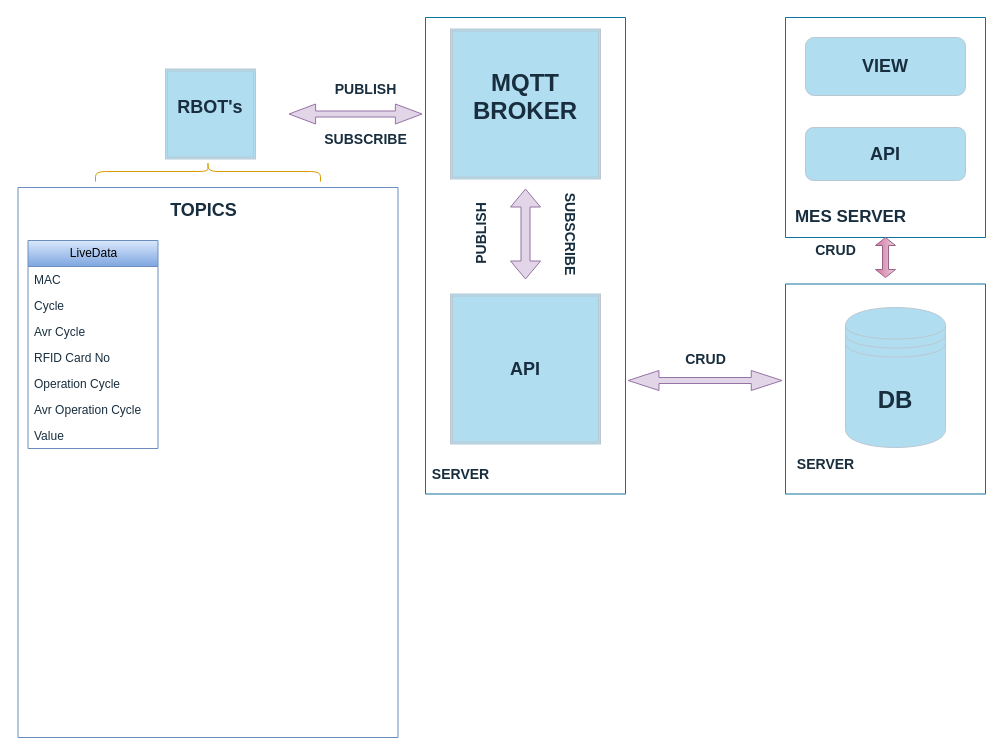
Earlier version of the draw.io diagram RBOT-MQTT-Structure/Başlıksız Diyagram.drawio (RSTurgay/DrawIO). Source tidied: cells renumbered, new cells numbered last; positions are measured from the earlier drawing's top-left corner, leaving out a move shared by most shapes. Both pictures are drawn from the tidied source at 100%, with x=0, y=0 at pixel (17, 17).
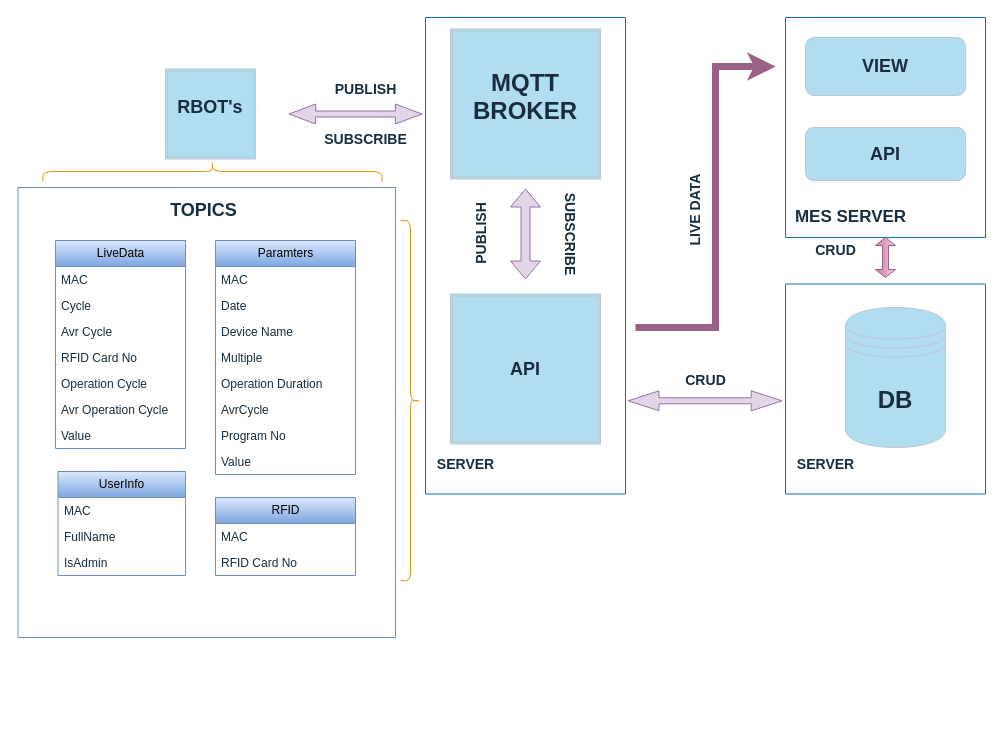
Above is the later version.

The change refers to these unchanged cells:
```xml
<mxCell id="8" style="swimlane;startSize=0;strokeColor=#10739e;fillColor=#b1ddf0;" parent="1" vertex="1">
  <mxGeometry x="408" width="200" height="476.5" as="geometry" />
</mxCell>
```

What changed in the source:
```diff
@@
     <mxCell id="3" style="shape=doubleArrow;direction=south;whiteSpace=wrap;html=1;rotation=90;fillColor=#e1d5e7;strokeColor=#9673a6;" parent="1" vertex="1">
-      <mxGeometry x="677.6" y="286.1" width="20" height="153.8" as="geometry" />
+      <mxGeometry x="677.6" y="306.4" width="20" height="153.8" as="geometry" />
     </mxCell>
@@
     <mxCell id="7" value="&lt;h3&gt;CRUD&lt;br&gt;&lt;/h3&gt;" style="text;html=1;align=center;verticalAlign=middle;strokeColor=none;fillColor=none;fontColor=#182E3E;" parent="1" vertex="1">
-      <mxGeometry x="658" y="311.5" width="60" height="60" as="geometry" />
+      <mxGeometry x="657.6" y="333" width="60" height="60" as="geometry" />
     </mxCell>
@@
     <mxCell id="9" value="&lt;h3&gt;SERVER&lt;/h3&gt;" style="text;html=1;align=center;verticalAlign=middle;strokeColor=none;fillColor=none;fontColor=#182E3E;" parent="8" vertex="1">
-      <mxGeometry x="-5" y="426.5" width="80" height="60" as="geometry" />
+      <mxGeometry y="416.5" width="80" height="60" as="geometry" />
     </mxCell>
@@
     <mxCell id="24" style="shape=curlyBracket;whiteSpace=wrap;html=1;rounded=1;labelPosition=left;verticalLabelPosition=middle;align=right;verticalAlign=middle;strokeColor=#d79b00;fillColor=#ffcd28;rotation=90;gradientColor=#ffa500;" parent="1" vertex="1">
-      <mxGeometry x="180.5" y="41.5" width="20" height="225" as="geometry" />
+      <mxGeometry x="184.9" y="-15.6" width="20" height="339.2" as="geometry" />
     </mxCell>
     <mxCell id="25" style="swimlane;startSize=0;strokeColor=#6c8ebf;fillColor=#dae8fc;gradientColor=#7ea6e0;" parent="1" vertex="1">
-      <mxGeometry x="0.5" y="170" width="380" height="550" as="geometry" />
+      <mxGeometry x="0.5" y="170" width="377.5" height="450" as="geometry" />
     </mxCell>
     <mxCell id="26" value="LiveData" style="swimlane;fontStyle=0;horizontal=1;startSize=26;fillColor=#dae8fc;html=1;strokeColor=#6c8ebf;gradientColor=#7ea6e0;" parent="25" vertex="1">
-      <mxGeometry x="10" y="53" width="130" height="208" as="geometry" />
+      <mxGeometry x="37.5" y="53" width="130" height="208" as="geometry" />
     </mxCell>
@@
+    <mxCell id="35" value="RFID" style="swimlane;fontStyle=0;horizontal=1;startSize=26;fillColor=#dae8fc;html=1;strokeColor=#6c8ebf;gradientColor=#7ea6e0;" parent="25" vertex="1">
+      <mxGeometry x="197.5" y="310" width="140" height="78" as="geometry" />
+    </mxCell>
+    <mxCell id="36" value="MAC" style="text;strokeColor=none;fillColor=none;align=left;verticalAlign=top;spacingLeft=4;spacingRight=4;overflow=hidden;whiteSpace=wrap;html=1;fontColor=#182E3E;" parent="35" vertex="1">
+      <mxGeometry y="26" width="140" height="26" as="geometry" />
+    </mxCell>
+    <mxCell id="37" value="RFID Card No" style="text;strokeColor=none;fillColor=none;align=left;verticalAlign=top;spacingLeft=4;spacingRight=4;overflow=hidden;whiteSpace=wrap;html=1;fontColor=#182E3E;" parent="35" vertex="1">
+      <mxGeometry y="52" width="140" height="26" as="geometry" />
+    </mxCell>
+    <mxCell id="38" value="Paramters" style="swimlane;fontStyle=0;horizontal=1;startSize=26;fillColor=#dae8fc;html=1;strokeColor=#6c8ebf;gradientColor=#7ea6e0;" parent="25" vertex="1">
+      <mxGeometry x="197.5" y="53" width="140" height="234" as="geometry" />
+    </mxCell>
+    <mxCell id="39" value="MAC" style="text;strokeColor=none;fillColor=none;align=left;verticalAlign=top;spacingLeft=4;spacingRight=4;overflow=hidden;whiteSpace=wrap;html=1;fontColor=#182E3E;" parent="38" vertex="1">
+      <mxGeometry y="26" width="140" height="26" as="geometry" />
+    </mxCell>
+    <mxCell id="40" value="Date" style="text;strokeColor=none;fillColor=none;align=left;verticalAlign=top;spacingLeft=4;spacingRight=4;overflow=hidden;whiteSpace=wrap;html=1;fontColor=#182E3E;" parent="38" vertex="1">
+      <mxGeometry y="52" width="140" height="26" as="geometry" />
+    </mxCell>
+    <mxCell id="41" value="Device Name&lt;div&gt;&lt;br&gt;&lt;/div&gt;" style="text;strokeColor=none;fillColor=none;align=left;verticalAlign=top;spacingLeft=4;spacingRight=4;overflow=hidden;whiteSpace=wrap;html=1;fontColor=#182E3E;" parent="38" vertex="1">
+      <mxGeometry y="78" width="140" height="26" as="geometry" />
+    </mxCell>
+    <mxCell id="42" value="&lt;div&gt;Multiple&lt;/div&gt;" style="text;strokeColor=none;fillColor=none;align=left;verticalAlign=top;spacingLeft=4;spacingRight=4;overflow=hidden;whiteSpace=wrap;html=1;fontColor=#182E3E;" parent="38" vertex="1">
+      <mxGeometry y="104" width="140" height="26" as="geometry" />
+    </mxCell>
+    <mxCell id="43" value="&lt;div&gt;Operation Duration&lt;/div&gt;" style="text;strokeColor=none;fillColor=none;align=left;verticalAlign=top;spacingLeft=4;spacingRight=4;overflow=hidden;whiteSpace=wrap;html=1;fontColor=#182E3E;" parent="38" vertex="1">
+      <mxGeometry y="130" width="140" height="26" as="geometry" />
+    </mxCell>
+    <mxCell id="44" value="AvrCycle" style="text;strokeColor=none;fillColor=none;align=left;verticalAlign=top;spacingLeft=4;spacingRight=4;overflow=hidden;whiteSpace=wrap;html=1;fontColor=#182E3E;" parent="38" vertex="1">
+      <mxGeometry y="156" width="140" height="26" as="geometry" />
+    </mxCell>
+    <mxCell id="45" value="Program No" style="text;strokeColor=none;fillColor=none;align=left;verticalAlign=top;spacingLeft=4;spacingRight=4;overflow=hidden;whiteSpace=wrap;html=1;fontColor=#182E3E;" parent="38" vertex="1">
+      <mxGeometry y="182" width="140" height="26" as="geometry" />
+    </mxCell>
+    <mxCell id="46" value="Value" style="text;strokeColor=none;fillColor=none;align=left;verticalAlign=top;spacingLeft=4;spacingRight=4;overflow=hidden;whiteSpace=wrap;html=1;fontColor=#182E3E;" parent="38" vertex="1">
+      <mxGeometry y="208" width="140" height="26" as="geometry" />
+    </mxCell>
+    <mxCell id="47" value="UserInfo" style="swimlane;fontStyle=0;horizontal=1;startSize=26;fillColor=#dae8fc;html=1;strokeColor=#6c8ebf;gradientColor=#7ea6e0;" parent="25" vertex="1">
+      <mxGeometry x="40" y="284" width="127.5" height="104" as="geometry" />
+    </mxCell>
+    <mxCell id="48" value="MAC" style="text;strokeColor=none;fillColor=none;align=left;verticalAlign=top;spacingLeft=4;spacingRight=4;overflow=hidden;whiteSpace=wrap;html=1;fontColor=#182E3E;" parent="47" vertex="1">
+      <mxGeometry y="26" width="127.5" height="26" as="geometry" />
+    </mxCell>
+    <mxCell id="49" value="FullName" style="text;strokeColor=none;fillColor=none;align=left;verticalAlign=top;spacingLeft=4;spacingRight=4;overflow=hidden;whiteSpace=wrap;html=1;fontColor=#182E3E;" parent="47" vertex="1">
+      <mxGeometry y="52" width="127.5" height="26" as="geometry" />
+    </mxCell>
+    <mxCell id="50" value="IsAdmin" style="text;strokeColor=none;fillColor=none;align=left;verticalAlign=top;spacingLeft=4;spacingRight=4;overflow=hidden;whiteSpace=wrap;html=1;fontColor=#182E3E;" parent="47" vertex="1">
+      <mxGeometry y="78" width="127.5" height="26" as="geometry" />
+    </mxCell>
@@
+    <mxCell id="51" style="shape=curlyBracket;whiteSpace=wrap;html=1;rounded=1;flipH=1;labelPosition=right;verticalLabelPosition=middle;align=left;verticalAlign=middle;strokeColor=#d79b00;fillColor=#ffcd28;gradientColor=#ffa500;" parent="1" vertex="1">
+      <mxGeometry x="383" y="203.2" width="20" height="360" as="geometry" />
+    </mxCell>
+    <mxCell id="52" style="edgeStyle=orthogonalEdgeStyle;rounded=0;orthogonalLoop=1;jettySize=auto;html=1;strokeColor=#996185;fontColor=#FFFFFF;strokeWidth=7;fillColor=#e6d0de;gradientColor=#d5739d;" parent="1" edge="1">
+      <mxGeometry relative="1" as="geometry">
+        <mxPoint x="618" y="310" as="sourcePoint" />
+        <mxPoint x="758" y="49" as="targetPoint" />
+        <Array as="points">
+          <mxPoint x="698" y="310" />
+          <mxPoint x="698" y="49" />
+        </Array>
+      </mxGeometry>
+    </mxCell>
+    <mxCell id="53" value="&lt;h3&gt;LIVE DATA&lt;/h3&gt;" style="text;html=1;align=center;verticalAlign=middle;strokeColor=none;fillColor=none;fontColor=#182E3E;rotation=-90;" parent="1" vertex="1">
+      <mxGeometry x="628" y="163" width="100" height="60" as="geometry" />
+    </mxCell>
```
